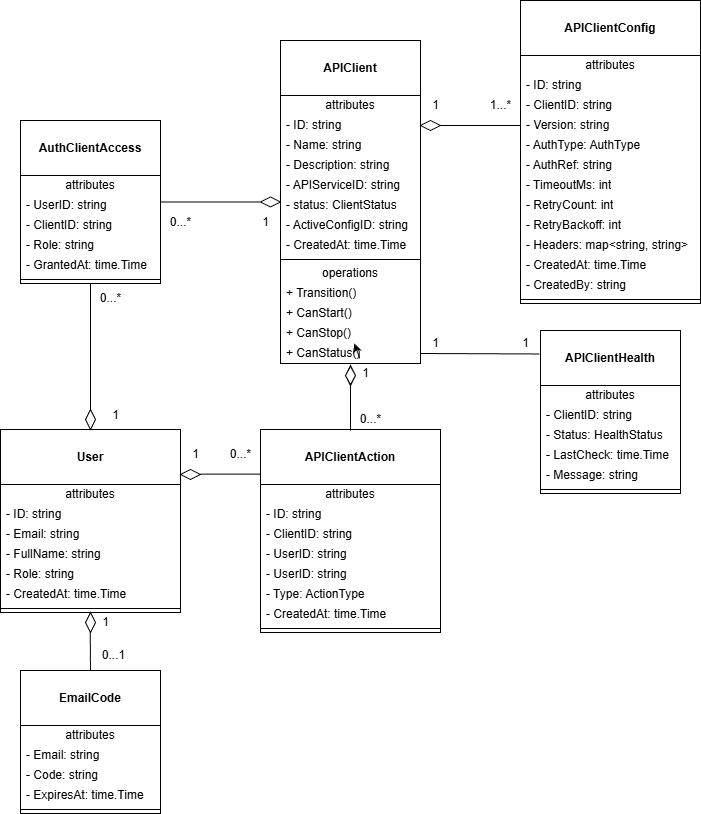
Earlier version of the draw.io export docs/class.png (Thejudgeofprogrammers/kubernetes_platform_control_plane). Source tidied: cells renumbered, new cells last; positions are measured from the earlier drawing's top-left corner, leaving out a move shared by most shapes.
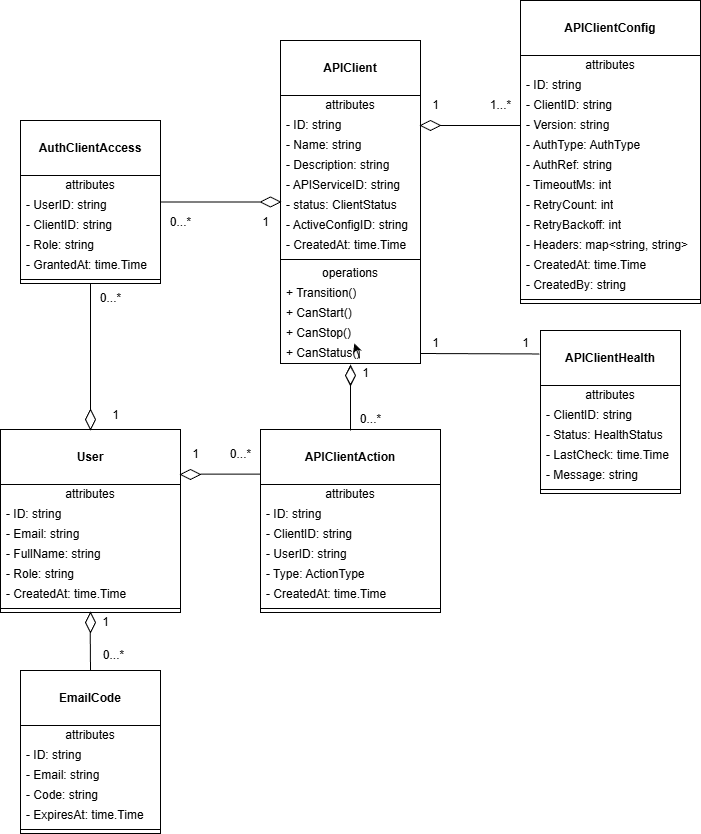
The same file after the commit.

Change to the diagram source:
```diff
@@ -108,7 +108,7 @@
       <mxGeometry x="480" y="90" width="40" height="30" as="geometry" />
     </mxCell>
     <mxCell id="36" value="&lt;br&gt;&lt;b&gt;APIClientAction&lt;/b&gt;" style="swimlane;fontStyle=0;align=center;verticalAlign=top;horizontal=1;startSize=55;html=1;whiteSpace=wrap;" parent="1" vertex="1">
-      <mxGeometry x="260" y="429" width="180" height="203" as="geometry" />
+      <mxGeometry x="260" y="429" width="180" height="183" as="geometry" />
     </mxCell>
     <mxCell id="37" value="attributes" style="text;html=1;strokeColor=none;fillColor=none;align=center;verticalAlign=middle;spacingLeft=4;spacingRight=4;overflow=hidden;whiteSpace=wrap;" parent="36" vertex="1">
       <mxGeometry y="55" width="180" height="20" as="geometry" />
@@ -122,17 +122,14 @@
     <mxCell id="40" value="- UserID: string" style="text;html=1;strokeColor=none;fillColor=none;align=left;verticalAlign=middle;spacingLeft=4;spacingRight=4;overflow=hidden;whiteSpace=wrap;" parent="36" vertex="1">
       <mxGeometry y="115" width="180" height="20" as="geometry" />
     </mxCell>
-    <mxCell id="41" value="- UserID: string" style="text;html=1;strokeColor=none;fillColor=none;align=left;verticalAlign=middle;spacingLeft=4;spacingRight=4;overflow=hidden;whiteSpace=wrap;" parent="36" vertex="1">
-      <mxGeometry y="135" width="180" height="20" as="geometry" />
-    </mxCell>
     <mxCell id="42" value="- Type: ActionType" style="text;html=1;strokeColor=none;fillColor=none;align=left;verticalAlign=middle;spacingLeft=4;spacingRight=4;overflow=hidden;whiteSpace=wrap;" parent="36" vertex="1">
-      <mxGeometry y="155" width="180" height="20" as="geometry" />
+      <mxGeometry y="135" width="180" height="20" as="geometry" />
     </mxCell>
     <mxCell id="43" value="- CreatedAt: time.Time" style="text;html=1;strokeColor=none;fillColor=none;align=left;verticalAlign=middle;spacingLeft=4;spacingRight=4;overflow=hidden;whiteSpace=wrap;" parent="36" vertex="1">
-      <mxGeometry y="175" width="180" height="20" as="geometry" />
+      <mxGeometry y="155" width="180" height="20" as="geometry" />
     </mxCell>
     <mxCell id="44" style="line;strokeWidth=1;fillColor=none;align=left;verticalAlign=middle;spacingTop=-1;spacingLeft=3;spacingRight=3;labelPosition=right;" parent="36" vertex="1">
-      <mxGeometry y="195" width="180" height="8" as="geometry" />
+      <mxGeometry y="175" width="180" height="8" as="geometry" />
     </mxCell>
     <mxCell id="45" value="&lt;br&gt;&lt;b&gt;User&lt;/b&gt;" style="swimlane;fontStyle=0;align=center;verticalAlign=top;horizontal=1;startSize=55;html=1;whiteSpace=wrap;" parent="1" vertex="1">
       <mxGeometry y="429" width="180" height="183" as="geometry" />
@@ -252,7 +249,7 @@
       <mxGeometry x="510" y="328" width="30" height="30" as="geometry" />
     </mxCell>
     <mxCell id="82" value="&lt;br&gt;&lt;b&gt;EmailCode&lt;/b&gt;" style="swimlane;fontStyle=0;align=center;verticalAlign=top;horizontal=1;startSize=55;html=1;whiteSpace=wrap;" parent="1" vertex="1">
-      <mxGeometry x="20" y="670" width="140" height="143" as="geometry" />
+      <mxGeometry x="20" y="670" width="140" height="163" as="geometry" />
     </mxCell>
     <mxCell id="83" style="endArrow=none;html=1;entryX=0.5;entryY=0;entryDx=0;entryDy=0;" parent="82" edge="1" target="82">
       <mxGeometry relative="1" as="geometry">
@@ -262,17 +259,20 @@
     <mxCell id="84" value="attributes" style="text;html=1;strokeColor=none;fillColor=none;align=center;verticalAlign=middle;spacingLeft=4;spacingRight=4;overflow=hidden;whiteSpace=wrap;" parent="82" vertex="1">
       <mxGeometry y="55" width="140" height="20" as="geometry" />
     </mxCell>
+    <mxCell id="100" value="- ID: string" style="text;html=1;strokeColor=none;fillColor=none;align=left;verticalAlign=middle;spacingLeft=4;spacingRight=4;overflow=hidden;whiteSpace=wrap;" parent="82" vertex="1">
+      <mxGeometry y="75" width="140" height="20" as="geometry" />
+    </mxCell>
     <mxCell id="85" value="- Email: string" style="text;html=1;strokeColor=none;fillColor=none;align=left;verticalAlign=middle;spacingLeft=4;spacingRight=4;overflow=hidden;whiteSpace=wrap;" parent="82" vertex="1">
-      <mxGeometry y="75" width="140" height="20" as="geometry" />
+      <mxGeometry y="95" width="140" height="20" as="geometry" />
     </mxCell>
     <mxCell id="86" value="- Code: string" style="text;html=1;strokeColor=none;fillColor=none;align=left;verticalAlign=middle;spacingLeft=4;spacingRight=4;overflow=hidden;whiteSpace=wrap;" parent="82" vertex="1">
-      <mxGeometry y="95" width="140" height="20" as="geometry" />
+      <mxGeometry y="115" width="140" height="20" as="geometry" />
     </mxCell>
     <mxCell id="87" value="- ExpiresAt: time.Time" style="text;html=1;strokeColor=none;fillColor=none;align=left;verticalAlign=middle;spacingLeft=4;spacingRight=4;overflow=hidden;whiteSpace=wrap;" parent="82" vertex="1">
-      <mxGeometry y="115" width="140" height="20" as="geometry" />
+      <mxGeometry y="135" width="140" height="20" as="geometry" />
     </mxCell>
     <mxCell id="88" style="line;strokeWidth=1;fillColor=none;align=left;verticalAlign=middle;spacingTop=-1;spacingLeft=3;spacingRight=3;labelPosition=right;" parent="82" vertex="1">
-      <mxGeometry y="135" width="140" height="8" as="geometry" />
+      <mxGeometry y="155" width="140" height="8" as="geometry" />
     </mxCell>
     <mxCell id="89" style="endArrow=none;html=1;" parent="1" edge="1" source="65" target="45">
       <mxGeometry relative="1" as="geometry" />
@@ -304,8 +304,8 @@
     <mxCell id="98" value="1" style="text;html=1;align=center;verticalAlign=middle;strokeColor=none;fillColor=none;" parent="1" vertex="1">
       <mxGeometry x="90" y="607" width="30" height="30" as="geometry" />
     </mxCell>
-    <mxCell id="99" value="0...1" style="text;html=1;align=center;verticalAlign=middle;strokeColor=none;fillColor=none;" parent="1" vertex="1">
-      <mxGeometry x="88" y="640" width="50" height="30" as="geometry" />
+    <mxCell id="99" value="0...*" style="text;html=1;align=center;verticalAlign=middle;strokeColor=none;fillColor=none;" parent="1" vertex="1">
+      <mxGeometry x="93" y="640" width="40" height="30" as="geometry" />
     </mxCell>
   </root>
 </mxGraphModel>
```
